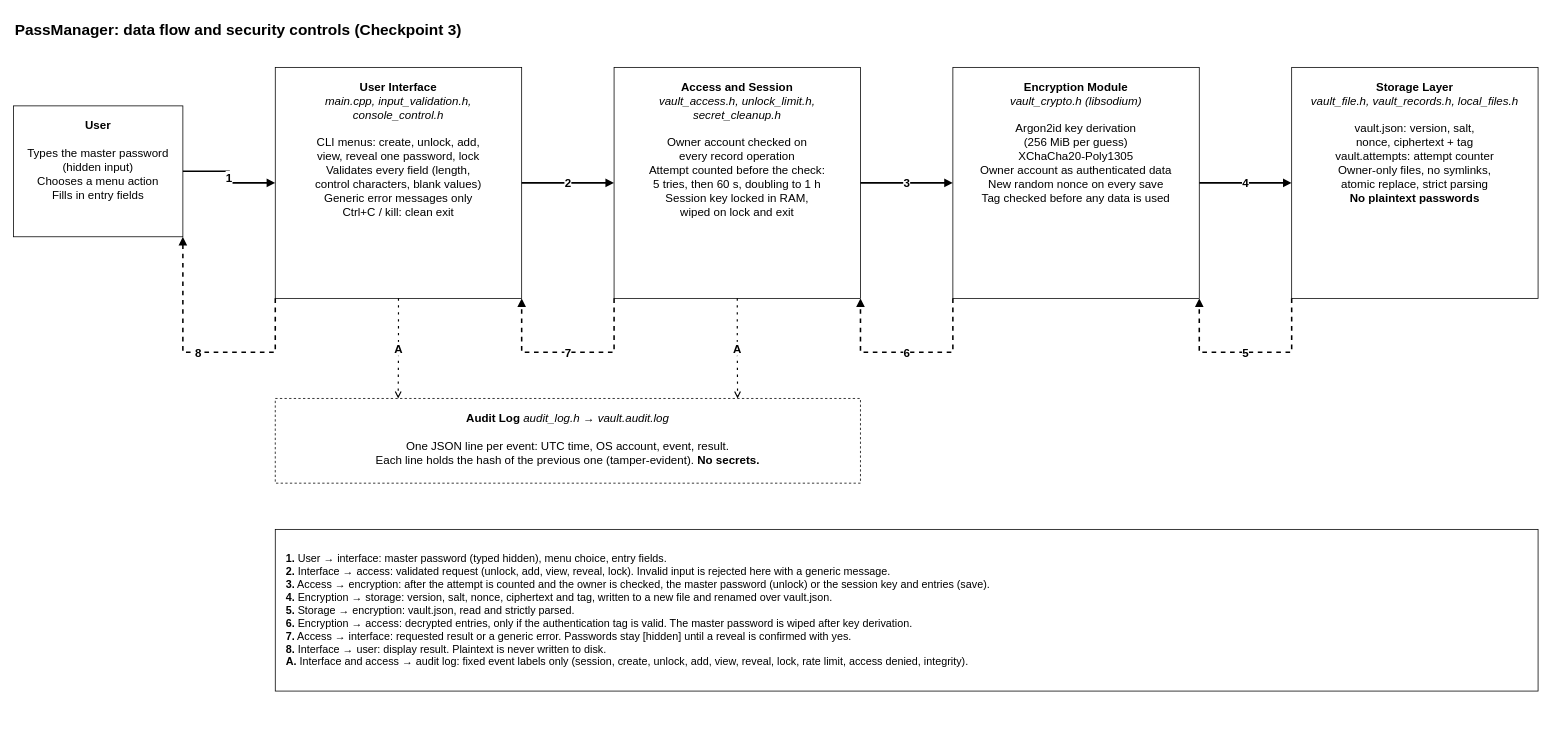
The draw.io diagram PassManager.drawio in anastastm/secure-programming-autmn2026, before the edit. Source tidied: cells renumbered, new cells numbered last; positions are measured from the earlier drawing's top-left corner, leaving out a move shared by most shapes. Both pictures are drawn from the tidied source at 77%, with x=0, y=0 at pixel (13, 13).
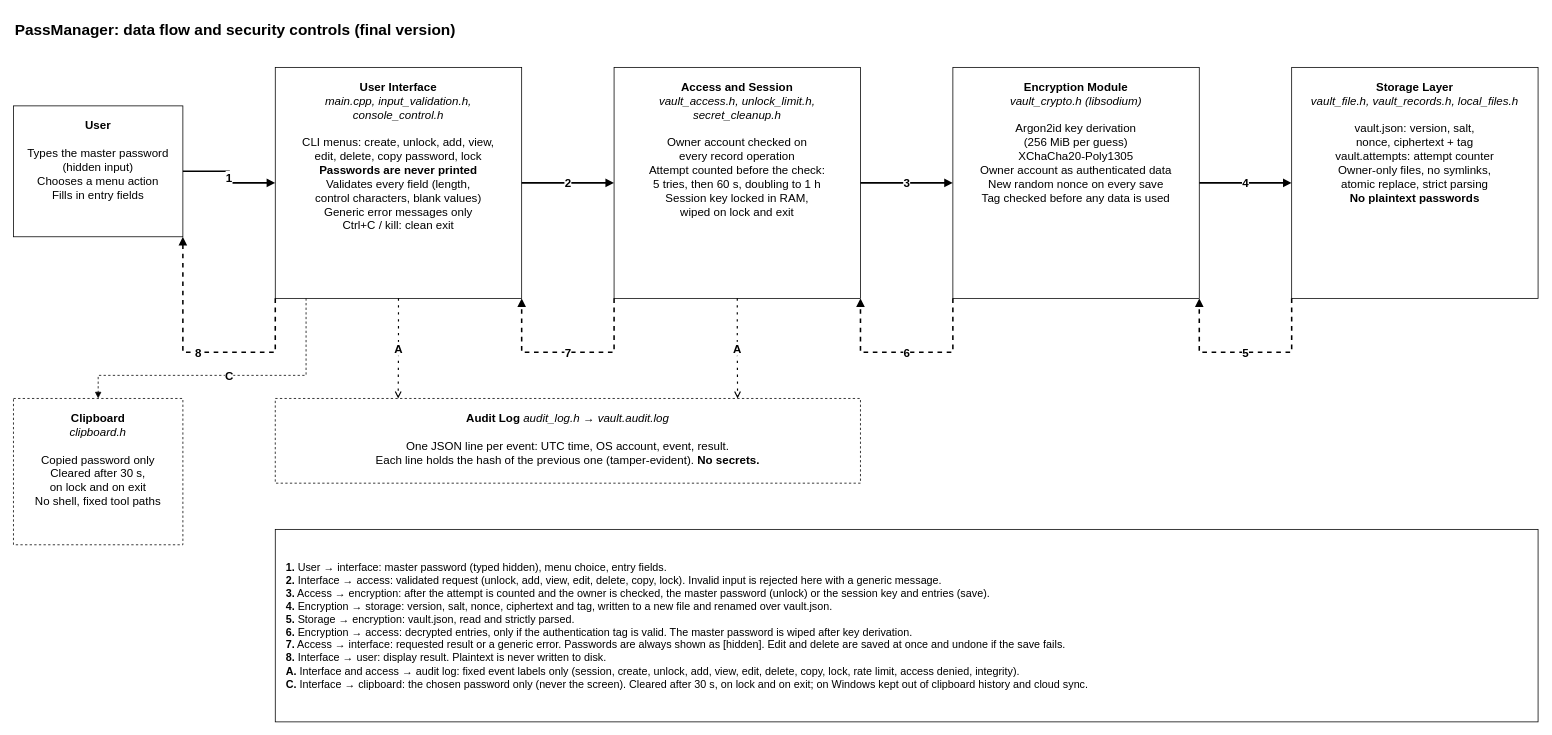
Above is the later version.

Commit message (it also covers changes not shown here):
Update diagram to the final design

Real modules and files, clipboard (C), audit log (A), new menu actions. Replaces the early draft.

Change to the diagram source:
```diff
@@
-    <mxCell id="3" value="&lt;b&gt;User Interface&lt;/b&gt;&lt;br&gt;&lt;i&gt;main.cpp, input_validation.h, console_control.h&lt;/i&gt;&lt;br&gt;&lt;br&gt;CLI menus: create, unlock, add,&lt;br&gt;view, reveal one password, lock&lt;br&gt;Validates every field (length,&lt;br&gt;control characters, blank values)&lt;br&gt;Generic error messages only&lt;br&gt;Ctrl+C / kill: clean exit" style="rounded=0;whiteSpace=wrap;html=1;fontSize=15;spacing=12;verticalAlign=top;" parent="1" vertex="1">
+    <mxCell id="3" value="&lt;b&gt;User Interface&lt;/b&gt;&lt;br&gt;&lt;i&gt;main.cpp, input_validation.h, console_control.h&lt;/i&gt;&lt;br&gt;&lt;br&gt;CLI menus: create, unlock, add, view,&lt;br&gt;edit, delete, copy password, lock&lt;br&gt;&lt;b&gt;Passwords are never printed&lt;/b&gt;&lt;br&gt;Validates every field (length,&lt;br&gt;control characters, blank values)&lt;br&gt;Generic error messages only&lt;br&gt;Ctrl+C / kill: clean exit" style="rounded=0;whiteSpace=wrap;html=1;fontSize=15;spacing=12;verticalAlign=top;" parent="1" vertex="1">
       <mxGeometry x="340" y="70" width="320" height="300" as="geometry" />
     </mxCell>
@@
+    <mxCell id="20" value="&lt;b&gt;Clipboard&lt;/b&gt;&lt;br&gt;&lt;i&gt;clipboard.h&lt;/i&gt;&lt;br&gt;&lt;br&gt;Copied password only&lt;br&gt;Cleared after 30 s,&lt;br&gt;on lock and on exit&lt;br&gt;No shell, fixed tool paths" style="rounded=0;whiteSpace=wrap;html=1;fontSize=15;spacing=12;verticalAlign=top;dashed=1;" parent="1" vertex="1">
+      <mxGeometry y="500" width="220" height="190" as="geometry" />
+    </mxCell>
+    <mxCell id="21" value="C" style="edgeStyle=orthogonalEdgeStyle;rounded=0;html=1;endArrow=block;fontSize=15;fontStyle=1;labelBackgroundColor=#ffffff;dashed=1;exitX=0.125;exitY=1;entryX=0.5;entryY=0;" parent="1" edge="1" source="3" target="20">
+      <mxGeometry relative="1" as="geometry">
+        <Array as="points">
+          <mxPoint x="380" y="470" />
+          <mxPoint x="110" y="470" />
+        </Array>
+      </mxGeometry>
+    </mxCell>
-    <mxCell id="18" value="&lt;div align=&quot;left&quot;&gt;&lt;b&gt;1.&lt;/b&gt; User → interface: master password (typed hidden), menu choice, entry fields.&lt;br&gt;&lt;b&gt;2.&lt;/b&gt; Interface → access: validated request (unlock, add, view, reveal, lock). Invalid input is rejected here with a generic message.&lt;br&gt;&lt;b&gt;3.&lt;/b&gt; Access → encryption: after the attempt is counted and the owner is checked, the master password (unlock) or the session key and entries (save).&lt;br&gt;&lt;b&gt;4.&lt;/b&gt; Encryption → storage: version, salt, nonce, ciphertext and tag, written to a new file and renamed over vault.json.&lt;br&gt;&lt;b&gt;5.&lt;/b&gt; Storage → encryption: vault.json, read and strictly parsed.&lt;br&gt;&lt;b&gt;6.&lt;/b&gt; Encryption → access: decrypted entries, only if the authentication tag is valid. The master password is wiped after key derivation.&lt;br&gt;&lt;b&gt;7.&lt;/b&gt; Access → interface: requested result or a generic error. Passwords stay [hidden] until a reveal is confirmed with yes.&lt;br&gt;&lt;b&gt;8.&lt;/b&gt; Interface → user: display result. Plaintext is never written to disk.&lt;br&gt;&lt;b&gt;A.&lt;/b&gt; Interface and access → audit log: fixed event labels only (session, create, unlock, add, view, reveal, lock, rate limit, access denied, integrity).&lt;/div&gt;" style="rounded=0;whiteSpace=wrap;html=1;fontSize=14;spacing=14;align=left;verticalAlign=middle;" parent="1" vertex="1">
-      <mxGeometry x="340" y="670" width="1640" height="210" as="geometry" />
+    <mxCell id="18" value="&lt;div align=&quot;left&quot;&gt;&lt;b&gt;1.&lt;/b&gt; User → interface: master password (typed hidden), menu choice, entry fields.&lt;br&gt;&lt;b&gt;2.&lt;/b&gt; Interface → access: validated request (unlock, add, view, edit, delete, copy, lock). Invalid input is rejected here with a generic message.&lt;br&gt;&lt;b&gt;3.&lt;/b&gt; Access → encryption: after the attempt is counted and the owner is checked, the master password (unlock) or the session key and entries (save).&lt;br&gt;&lt;b&gt;4.&lt;/b&gt; Encryption → storage: version, salt, nonce, ciphertext and tag, written to a new file and renamed over vault.json.&lt;br&gt;&lt;b&gt;5.&lt;/b&gt; Storage → encryption: vault.json, read and strictly parsed.&lt;br&gt;&lt;b&gt;6.&lt;/b&gt; Encryption → access: decrypted entries, only if the authentication tag is valid. The master password is wiped after key derivation.&lt;br&gt;&lt;b&gt;7.&lt;/b&gt; Access → interface: requested result or a generic error. Passwords are always shown as [hidden]. Edit and delete are saved at once and undone if the save fails.&lt;br&gt;&lt;b&gt;8.&lt;/b&gt; Interface → user: display result. Plaintext is never written to disk.&lt;br&gt;&lt;b&gt;A.&lt;/b&gt; Interface and access → audit log: fixed event labels only (session, create, unlock, add, view, edit, delete, copy, lock, rate limit, access denied, integrity).&lt;br&gt;&lt;b&gt;C.&lt;/b&gt; Interface → clipboard: the chosen password only (never the screen). Cleared after 30 s, on lock and on exit; on Windows kept out of clipboard history and cloud sync.&lt;/div&gt;" style="rounded=0;whiteSpace=wrap;html=1;fontSize=14;spacing=14;align=left;verticalAlign=middle;" parent="1" vertex="1">
+      <mxGeometry x="340" y="670" width="1640" height="250" as="geometry" />
     </mxCell>
-    <mxCell id="19" value="&lt;b&gt;PassManager: data flow and security controls (Checkpoint 3)&lt;/b&gt;" style="text;html=1;fontSize=20;align=left;verticalAlign=middle;" parent="1" vertex="1">
+    <mxCell id="19" value="&lt;b&gt;PassManager: data flow and security controls (final version)&lt;/b&gt;" style="text;html=1;fontSize=20;align=left;verticalAlign=middle;" parent="1" vertex="1">
       <mxGeometry width="900" height="40" as="geometry" />
     </mxCell>
```
